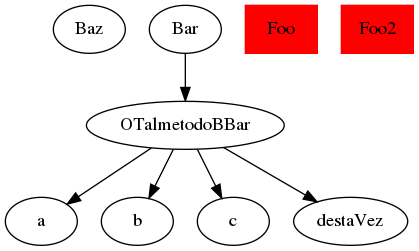
Above: TP1/src/ExemploPHP/analise.dot.png in Wil-g2/arqsw_20182_grupo1 (Graphviz), before the change. Its source is kept beside it as TP1/src/ExemploPHP/analise.dot. The source it was exported from:
```dot
digraph AnaliseEstatica {
Baz;
Bar;
Foo;
Foo2;


Bar -> OTalmetodoBBar;
OTalmetodoBBar -> a, b, c, destaVez;
Foo [shape=box,style=filled,color="red"];
Foo2 [shape=box,style=filled,color="red"];
}
```
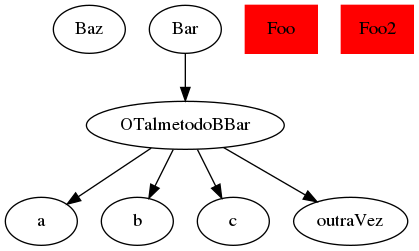
Above is the later version.

Change to the diagram source:
```diff
@@ -6,7 +6,7 @@
 
 
 Bar -> OTalmetodoBBar;
-OTalmetodoBBar -> a, b, c, destaVez;
+OTalmetodoBBar -> a, b, c, outraVez;
 Foo [shape=box,style=filled,color="red"];
 Foo2 [shape=box,style=filled,color="red"];
 }
```
